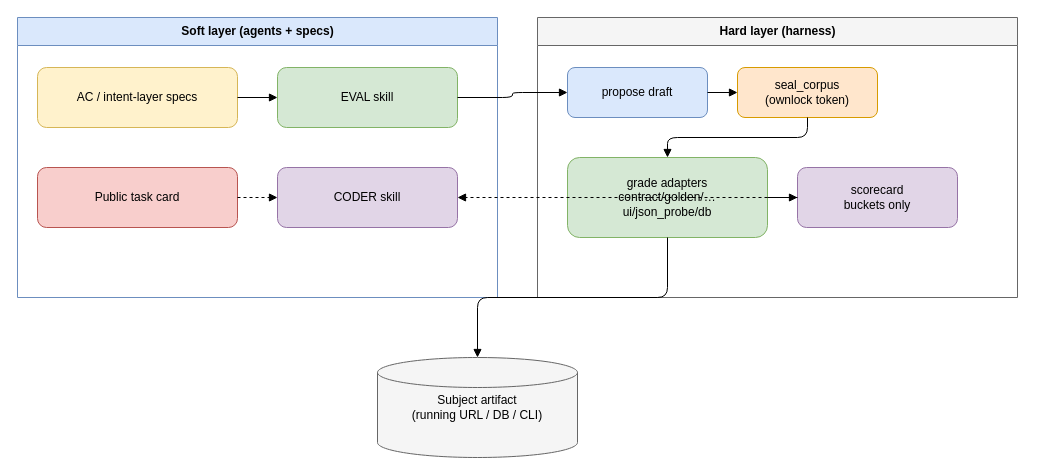
The draw.io diagram docs/architecture.drawio in thebscolaro/sealed-eval, before the edit. Source tidied: cells renumbered, new cells numbered last; positions are measured from the earlier drawing's top-left corner, leaving out a move shared by most shapes. Both pictures are drawn from the tidied source at 100%, with x=0, y=0 at pixel (17, 17).
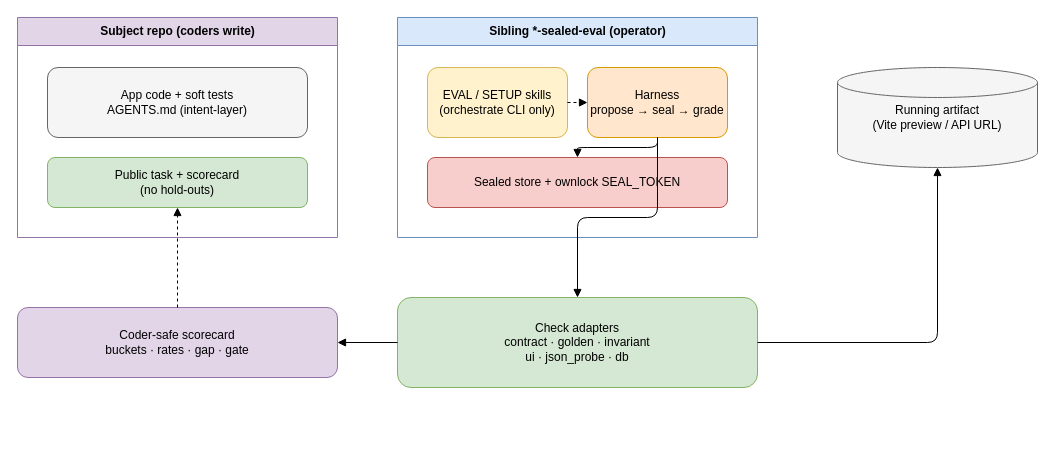
The same diagram, later.

What changed in the source:
```diff
@@
-    <mxCell id="2" value="Soft layer (agents + specs)" style="swimlane;startSize=28;fillColor=#dae8fc;strokeColor=#6c8ebf;html=1;" parent="1" vertex="1">
-      <mxGeometry width="480" height="280" as="geometry" />
+    <mxCell id="2" value="Subject repo (coders write)" style="swimlane;startSize=28;fillColor=#e1d5e7;strokeColor=#9673a6;html=1;" parent="1" vertex="1">
+      <mxGeometry width="320" height="220" as="geometry" />
     </mxCell>
-    <mxCell id="3" value="AC / intent-layer specs" style="rounded=1;whiteSpace=wrap;html=1;fillColor=#fff2cc;strokeColor=#d6b656;" parent="2" vertex="1">
-      <mxGeometry x="20" y="50" width="200" height="60" as="geometry" />
+    <mxCell id="3" value="App code + soft tests&#10;AGENTS.md (intent-layer)" style="rounded=1;whiteSpace=wrap;html=1;fillColor=#f5f5f5;strokeColor=#666666;" parent="2" vertex="1">
+      <mxGeometry x="30" y="50" width="260" height="70" as="geometry" />
     </mxCell>
-    <mxCell id="4" value="EVAL skill" style="rounded=1;whiteSpace=wrap;html=1;fillColor=#d5e8d4;strokeColor=#82b366;" parent="2" vertex="1">
-      <mxGeometry x="260" y="50" width="180" height="60" as="geometry" />
+    <mxCell id="4" value="Public task + scorecard&#10;(no hold-outs)" style="rounded=1;whiteSpace=wrap;html=1;fillColor=#d5e8d4;strokeColor=#82b366;" parent="2" vertex="1">
+      <mxGeometry x="30" y="140" width="260" height="50" as="geometry" />
     </mxCell>
-    <mxCell id="5" value="CODER skill" style="rounded=1;whiteSpace=wrap;html=1;fillColor=#e1d5e7;strokeColor=#9673a6;" parent="2" vertex="1">
-      <mxGeometry x="260" y="150" width="180" height="60" as="geometry" />
+    <mxCell id="5" value="Sibling *-sealed-eval (operator)" style="swimlane;startSize=28;fillColor=#dae8fc;strokeColor=#6c8ebf;html=1;" parent="1" vertex="1">
+      <mxGeometry x="380" width="360" height="220" as="geometry" />
     </mxCell>
-    <mxCell id="6" value="Public task card" style="rounded=1;whiteSpace=wrap;html=1;fillColor=#f8cecc;strokeColor=#b85450;" parent="2" vertex="1">
-      <mxGeometry x="20" y="150" width="200" height="60" as="geometry" />
+    <mxCell id="6" value="EVAL / SETUP skills&#10;(orchestrate CLI only)" style="rounded=1;whiteSpace=wrap;html=1;fillColor=#fff2cc;strokeColor=#d6b656;" parent="5" vertex="1">
+      <mxGeometry x="30" y="50" width="140" height="70" as="geometry" />
     </mxCell>
-    <mxCell id="7" value="Hard layer (harness)" style="swimlane;startSize=28;fillColor=#f5f5f5;strokeColor=#666666;html=1;" parent="1" vertex="1">
-      <mxGeometry x="520" width="480" height="280" as="geometry" />
+    <mxCell id="7" value="Harness&#10;propose → seal → grade" style="rounded=1;whiteSpace=wrap;html=1;fillColor=#ffe6cc;strokeColor=#d79b00;" parent="5" vertex="1">
+      <mxGeometry x="190" y="50" width="140" height="70" as="geometry" />
     </mxCell>
-    <mxCell id="8" value="propose draft" style="rounded=1;whiteSpace=wrap;html=1;fillColor=#dae8fc;strokeColor=#6c8ebf;" parent="7" vertex="1">
-      <mxGeometry x="30" y="50" width="140" height="50" as="geometry" />
+    <mxCell id="8" value="Sealed store + ownlock SEAL_TOKEN" style="rounded=1;whiteSpace=wrap;html=1;fillColor=#f8cecc;strokeColor=#b85450;" parent="5" vertex="1">
+      <mxGeometry x="30" y="140" width="300" height="50" as="geometry" />
     </mxCell>
-    <mxCell id="9" value="seal_corpus&#10;(ownlock token)" style="rounded=1;whiteSpace=wrap;html=1;fillColor=#ffe6cc;strokeColor=#d79b00;" parent="7" vertex="1">
-      <mxGeometry x="200" y="50" width="140" height="50" as="geometry" />
+    <mxCell id="9" value="Running artifact&#10;(Vite preview / API URL)" style="shape=cylinder3;whiteSpace=wrap;html=1;fillColor=#f5f5f5;strokeColor=#666666;" parent="1" vertex="1">
+      <mxGeometry x="820" y="50" width="200" height="100" as="geometry" />
     </mxCell>
-    <mxCell id="10" value="grade adapters&#10;contract/golden/…&#10;ui/json_probe/db" style="rounded=1;whiteSpace=wrap;html=1;fillColor=#d5e8d4;strokeColor=#82b366;" parent="7" vertex="1">
-      <mxGeometry x="30" y="140" width="200" height="80" as="geometry" />
+    <mxCell id="10" value="Check adapters&#10;contract · golden · invariant&#10;ui · json_probe · db" style="rounded=1;whiteSpace=wrap;html=1;fillColor=#d5e8d4;strokeColor=#82b366;" parent="1" vertex="1">
+      <mxGeometry x="380" y="280" width="360" height="90" as="geometry" />
     </mxCell>
-    <mxCell id="11" value="scorecard&#10;buckets only" style="rounded=1;whiteSpace=wrap;html=1;fillColor=#e1d5e7;strokeColor=#9673a6;" parent="7" vertex="1">
-      <mxGeometry x="260" y="150" width="160" height="60" as="geometry" />
+    <mxCell id="11" value="Coder-safe scorecard&#10;buckets · rates · gap · gate" style="rounded=1;whiteSpace=wrap;html=1;fillColor=#e1d5e7;strokeColor=#9673a6;" parent="1" vertex="1">
+      <mxGeometry y="290" width="320" height="70" as="geometry" />
     </mxCell>
-    <mxCell id="12" value="Subject artifact&#10;(running URL / DB / CLI)" style="shape=cylinder3;whiteSpace=wrap;html=1;fillColor=#f5f5f5;strokeColor=#666666;" parent="1" vertex="1">
-      <mxGeometry x="360" y="340" width="200" height="100" as="geometry" />
-    </mxCell>
-    <mxCell id="13" style="edgeStyle=orthogonalEdgeStyle;html=1;endArrow=block;endFill=1;" parent="1" edge="1" source="3" target="4">
+    <mxCell id="13" style="edgeStyle=orthogonalEdgeStyle;html=1;endArrow=block;endFill=1;dashed=1;" parent="1" edge="1" source="6" target="7">
       <mxGeometry relative="1" as="geometry" />
     </mxCell>
-    <mxCell id="14" style="edgeStyle=orthogonalEdgeStyle;html=1;endArrow=block;endFill=1;" parent="1" edge="1" source="4" target="8">
+    <mxCell id="14" style="edgeStyle=orthogonalEdgeStyle;html=1;endArrow=block;endFill=1;" parent="1" edge="1" source="7" target="8">
       <mxGeometry relative="1" as="geometry" />
     </mxCell>
-    <mxCell id="15" style="edgeStyle=orthogonalEdgeStyle;html=1;endArrow=block;endFill=1;" parent="1" edge="1" source="8" target="9">
+    <mxCell id="15" style="edgeStyle=orthogonalEdgeStyle;html=1;endArrow=block;endFill=1;" parent="1" edge="1" source="7" target="10">
       <mxGeometry relative="1" as="geometry" />
     </mxCell>
-    <mxCell id="16" style="edgeStyle=orthogonalEdgeStyle;html=1;endArrow=block;endFill=1;" parent="1" edge="1" source="9" target="10">
+    <mxCell id="16" style="edgeStyle=orthogonalEdgeStyle;html=1;endArrow=block;endFill=1;" parent="1" edge="1" source="10" target="9">
       <mxGeometry relative="1" as="geometry" />
     </mxCell>
-    <mxCell id="17" style="edgeStyle=orthogonalEdgeStyle;html=1;endArrow=block;endFill=1;" parent="1" edge="1" source="10" target="12">
+    <mxCell id="17" style="edgeStyle=orthogonalEdgeStyle;html=1;endArrow=block;endFill=1;" parent="1" edge="1" source="10" target="11">
       <mxGeometry relative="1" as="geometry" />
     </mxCell>
-    <mxCell id="18" style="edgeStyle=orthogonalEdgeStyle;html=1;endArrow=block;endFill=1;" parent="1" edge="1" source="10" target="11">
+    <mxCell id="18" style="edgeStyle=orthogonalEdgeStyle;html=1;endArrow=block;endFill=1;dashed=1;" parent="1" edge="1" source="11" target="4">
       <mxGeometry relative="1" as="geometry" />
     </mxCell>
-    <mxCell id="19" style="edgeStyle=orthogonalEdgeStyle;html=1;endArrow=block;endFill=1;dashed=1;" parent="1" edge="1" source="11" target="5">
-      <mxGeometry relative="1" as="geometry" />
-    </mxCell>
-    <mxCell id="20" style="edgeStyle=orthogonalEdgeStyle;html=1;endArrow=block;endFill=1;dashed=1;" parent="1" edge="1" source="6" target="5">
-      <mxGeometry relative="1" as="geometry" />
-    </mxCell>
```
